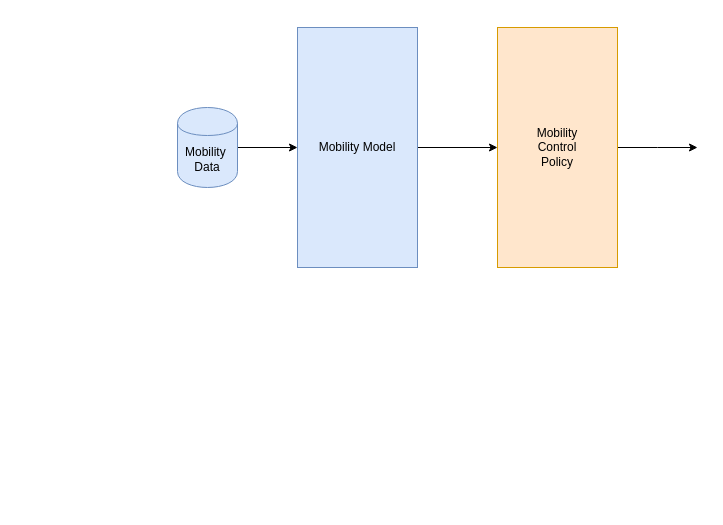
This is projects/mobility-control/images/mobility-control.drawio from pantelis/aiml-common, a draw.io file, before an edit. Source tidied: cells renumbered, new cells numbered last; positions are measured from the earlier drawing's top-left corner, leaving out a move shared by most shapes. Both pictures are drawn from the tidied source at 100%, with x=0, y=0 at pixel (177, 27).
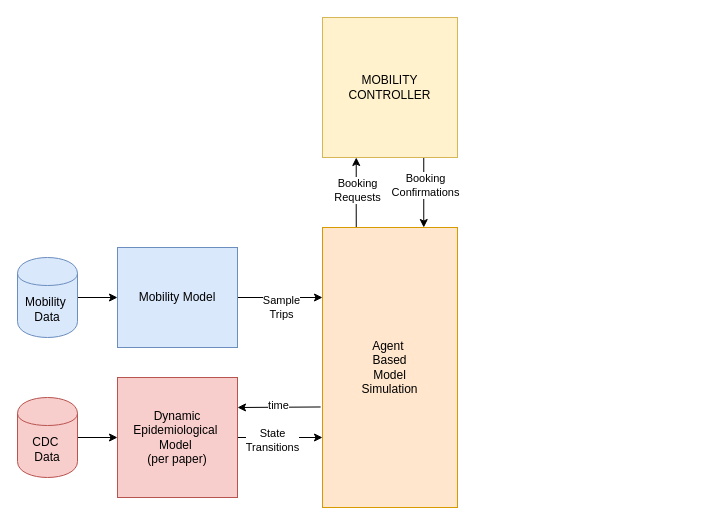
The same diagram, later.

The edit, as a diff of the source:
```diff
@@
-    <mxCell id="2" style="edgeStyle=orthogonalEdgeStyle;rounded=0;jettySize=auto;html=1;" parent="1" edge="1" source="3" target="7">
+    <mxCell id="2" style="edgeStyle=orthogonalEdgeStyle;rounded=0;jettySize=auto;html=1;entryX=0;entryY=0.25;entryDx=0;entryDy=0;" parent="1" edge="1" source="3" target="7">
       <mxGeometry relative="1" as="geometry" />
     </mxCell>
+    <mxCell id="8" value="Sample&lt;br&gt;Trips" style="edgeLabel;html=1;align=center;verticalAlign=middle;" parent="2" vertex="1">
+      <mxGeometry x="-0.13" y="-5" relative="1" as="geometry">
+        <mxPoint x="6" y="4" as="offset" />
+      </mxGeometry>
+    </mxCell>
     <mxCell id="3" value="Mobility Model" style="rounded=0;whiteSpace=wrap;html=1;fillColor=#dae8fc;strokeColor=#6c8ebf;" parent="1" vertex="1">
-      <mxGeometry x="120" width="120" height="240" as="geometry" />
+      <mxGeometry x="-60" y="220" width="120" height="100" as="geometry" />
     </mxCell>
@@
     <mxCell id="5" value="Mobility&amp;nbsp;&lt;br&gt;Data" style="shape=cylinder;whiteSpace=wrap;html=1;boundedLbl=1;backgroundOutline=1;fillColor=#dae8fc;strokeColor=#6c8ebf;" parent="1" vertex="1">
-      <mxGeometry y="80" width="60" height="80" as="geometry" />
+      <mxGeometry x="-160" y="230" width="60" height="80" as="geometry" />
     </mxCell>
-    <mxCell id="6" style="edgeStyle=orthogonalEdgeStyle;rounded=0;jettySize=auto;html=1;" parent="1" edge="1" source="7">
-      <mxGeometry relative="1" as="geometry">
-        <mxPoint x="520" y="120" as="targetPoint" />
-      </mxGeometry>
-    </mxCell>
+    <mxCell id="9" style="edgeStyle=orthogonalEdgeStyle;rounded=0;jettySize=auto;html=1;exitX=0.25;exitY=0;exitDx=0;exitDy=0;entryX=0.25;entryY=1;entryDx=0;entryDy=0;" parent="1" edge="1" source="7" target="18">
+      <mxGeometry relative="1" as="geometry" />
+    </mxCell>
+    <mxCell id="10" value="Booking&lt;br&gt;Requests" style="edgeLabel;html=1;align=center;verticalAlign=middle;" parent="9" vertex="1">
+      <mxGeometry x="0.08" y="-1" relative="1" as="geometry" />
+    </mxCell>
-    <mxCell id="7" value="Mobility&lt;br&gt;Control &lt;br&gt;Policy" style="rounded=0;whiteSpace=wrap;html=1;fillColor=#ffe6cc;strokeColor=#d79b00;" parent="1" vertex="1">
-      <mxGeometry x="320" width="120" height="240" as="geometry" />
+    <mxCell id="7" value="Agent&amp;nbsp;&lt;br&gt;Based&lt;br&gt;Model&lt;br&gt;Simulation" style="rounded=0;whiteSpace=wrap;html=1;fillColor=#ffe6cc;strokeColor=#d79b00;" parent="1" vertex="1">
+      <mxGeometry x="145" y="200" width="135" height="280" as="geometry" />
     </mxCell>
+    <mxCell id="11" style="edgeStyle=orthogonalEdgeStyle;rounded=0;jettySize=auto;html=1;entryX=0;entryY=0.5;entryDx=0;entryDy=0;" parent="1" edge="1" source="12" target="15">
+      <mxGeometry relative="1" as="geometry" />
+    </mxCell>
+    <mxCell id="12" value="CDC&amp;nbsp;&lt;br&gt;Data" style="shape=cylinder;whiteSpace=wrap;html=1;boundedLbl=1;backgroundOutline=1;fillColor=#f8cecc;strokeColor=#b85450;" parent="1" vertex="1">
+      <mxGeometry x="-160" y="370" width="60" height="80" as="geometry" />
+    </mxCell>
+    <mxCell id="13" style="edgeStyle=orthogonalEdgeStyle;rounded=0;jettySize=auto;html=1;entryX=0;entryY=0.75;entryDx=0;entryDy=0;" parent="1" edge="1" source="15" target="7">
+      <mxGeometry relative="1" as="geometry" />
+    </mxCell>
+    <mxCell id="14" value="State&lt;br&gt;Transitions" style="edgeLabel;html=1;align=center;verticalAlign=middle;" parent="13" vertex="1">
+      <mxGeometry x="-0.21" y="-2" relative="1" as="geometry" />
+    </mxCell>
+    <mxCell id="15" value="Dynamic Epidemiological&amp;nbsp;&lt;br&gt;Model&amp;nbsp;&lt;br&gt;(per paper)" style="rounded=0;whiteSpace=wrap;html=1;fillColor=#f8cecc;strokeColor=#b85450;" parent="1" vertex="1">
+      <mxGeometry x="-60" y="350" width="120" height="120" as="geometry" />
+    </mxCell>
+    <mxCell id="16" style="edgeStyle=orthogonalEdgeStyle;rounded=0;jettySize=auto;html=1;exitX=0.75;exitY=1;exitDx=0;exitDy=0;entryX=0.75;entryY=0;entryDx=0;entryDy=0;" parent="1" edge="1" source="18" target="7">
+      <mxGeometry relative="1" as="geometry" />
+    </mxCell>
+    <mxCell id="17" value="Booking &lt;br&gt;Confirmations" style="edgeLabel;html=1;align=center;verticalAlign=middle;" parent="16" vertex="1">
+      <mxGeometry x="-0.24" y="1" relative="1" as="geometry" />
+    </mxCell>
+    <mxCell id="18" value="MOBILITY &lt;br&gt;CONTROLLER" style="rounded=0;whiteSpace=wrap;html=1;fillColor=#fff2cc;strokeColor=#d6b656;" parent="1" vertex="1">
+      <mxGeometry x="145" y="-10" width="135" height="140" as="geometry" />
+    </mxCell>
+    <mxCell id="19" style="endArrow=classic;html=1;entryX=1;entryY=0.25;entryDx=0;entryDy=0;exitX=-0.014;exitY=0.641;exitDx=0;exitDy=0;exitPerimeter=0;" parent="1" edge="1" source="7" target="15">
+      <mxGeometry relative="1" as="geometry" />
+    </mxCell>
+    <mxCell id="20" value="time" style="edgeLabel;html=1;align=center;verticalAlign=middle;" parent="19" vertex="1">
+      <mxGeometry x="0.23" y="-2" relative="1" as="geometry">
+        <mxPoint x="8.1" as="offset" />
+      </mxGeometry>
+    </mxCell>
```
